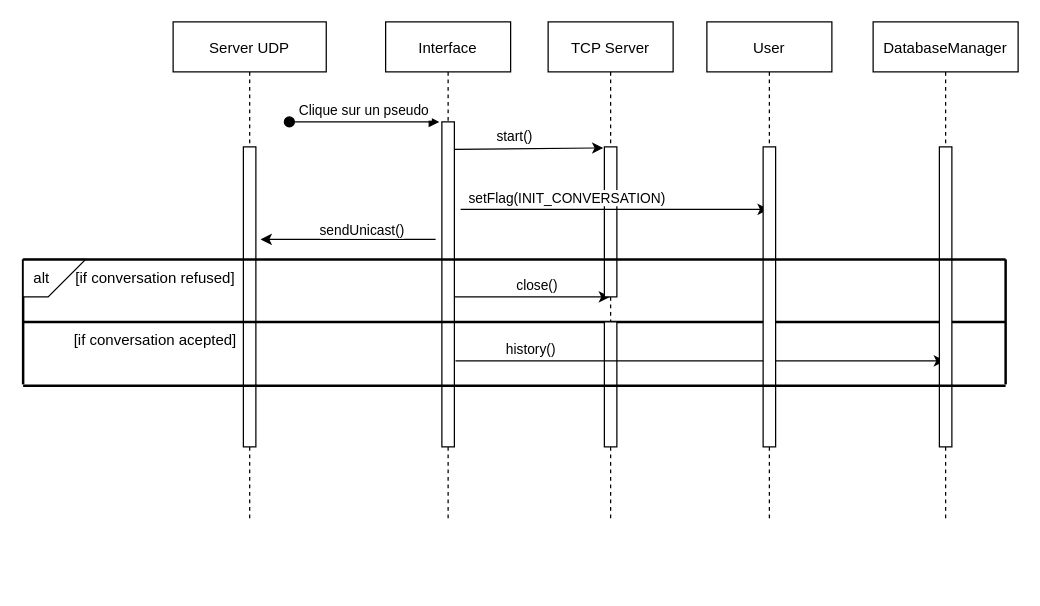
martemr/Project_chat_system keeps this draw.io diagram as ressources/Design UML/ChangePseudo_Sequence_diagram.drawio. Above is the earlier version. Source tidied: cells renumbered, new cells numbered last; positions are measured from the earlier drawing's top-left corner, leaving out a move shared by most shapes. Both pictures are drawn from the tidied source at 125%, with x=0, y=0 at pixel (22, 21).
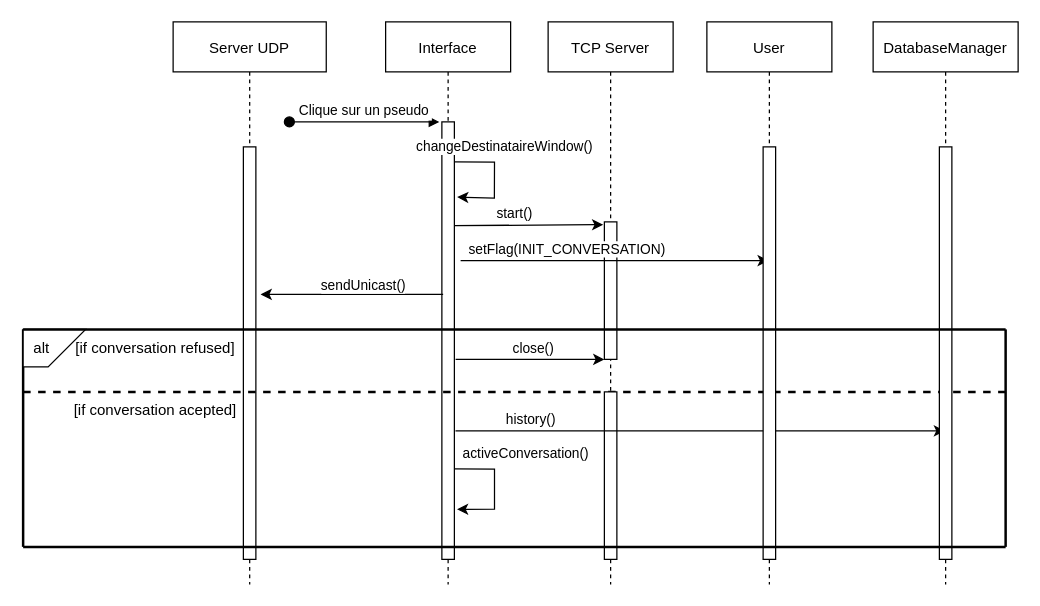
The same diagram, later.

What changed in the source:
```diff
@@
     <mxCell id="2" value="Server UDP" style="shape=umlLifeline;perimeter=lifelinePerimeter;rounded=0;shadow=0;strokeWidth=1;" parent="1" vertex="1">
-      <mxGeometry x="120" width="122.5" height="400" as="geometry" />
+      <mxGeometry x="120" width="122.5" height="450" as="geometry" />
     </mxCell>
     <mxCell id="3" style="perimeter=orthogonalPerimeter;rounded=0;shadow=0;strokeWidth=1;" parent="2" vertex="1">
-      <mxGeometry x="56.2" y="100" width="10" height="240" as="geometry" />
+      <mxGeometry x="56.2" y="100" width="10" height="330" as="geometry" />
     </mxCell>
     <mxCell id="4" value="&lt;div&gt;[if conversation acepted]&lt;br&gt;&lt;/div&gt;" style="text;html=1;strokeColor=none;fillColor=none;align=center;verticalAlign=middle;whiteSpace=wrap;rounded=0;shadow=0;fontFamily=Helvetica;fontSize=12;fontColor=default;" parent="2" vertex="1">
-      <mxGeometry x="-84" y="240" width="140" height="30" as="geometry" />
+      <mxGeometry x="-84" y="296" width="140" height="30" as="geometry" />
     </mxCell>
     <mxCell id="5" value="Interface" style="shape=umlLifeline;perimeter=lifelinePerimeter;rounded=0;shadow=0;strokeWidth=1;" parent="1" vertex="1">
-      <mxGeometry x="290" width="100" height="400" as="geometry" />
+      <mxGeometry x="290" width="100" height="450" as="geometry" />
     </mxCell>
-    <mxCell id="6" style="endArrow=classic;html=1;rounded=0;entryX=-0.086;entryY=0.007;entryDx=0;entryDy=0;entryPerimeter=0;" parent="5" edge="1" target="15">
+    <mxCell id="6" style="endArrow=classic;html=1;rounded=0;entryX=-0.086;entryY=0.007;entryDx=0;entryDy=0;entryPerimeter=0;" parent="5" edge="1">
       <mxGeometry relative="1" as="geometry">
-        <mxPoint x="55" y="102" as="sourcePoint" />
+        <mxPoint x="55" y="163" as="sourcePoint" />
+        <mxPoint x="174.1" y="162.2" as="targetPoint" />
       </mxGeometry>
     </mxCell>
@@
     <mxCell id="8" style="perimeter=orthogonalPerimeter;rounded=0;shadow=0;strokeWidth=1;" parent="5" vertex="1">
-      <mxGeometry x="45" y="80" width="10" height="260" as="geometry" />
+      <mxGeometry x="45" y="80" width="10" height="350" as="geometry" />
     </mxCell>
     <mxCell id="9" style="endArrow=classic;html=1;rounded=0;" parent="5" edge="1">
       <mxGeometry relative="1" as="geometry">
-        <mxPoint x="40" y="174" as="sourcePoint" />
-        <mxPoint x="-100" y="174" as="targetPoint" />
+        <mxPoint x="46" y="218" as="sourcePoint" />
+        <mxPoint x="-100" y="218" as="targetPoint" />
       </mxGeometry>
     </mxCell>
@@
-    <mxCell id="11" style="endArrow=classic;html=1;rounded=0;" parent="5" edge="1" target="14">
-      <mxGeometry relative="1" as="geometry">
-        <mxPoint x="55" y="220" as="sourcePoint" />
-      </mxGeometry>
-    </mxCell>
-    <mxCell id="12" value="close()" style="edgeLabel;html=1;align=center;verticalAlign=middle;" parent="11" vertex="1">
-      <mxGeometry x="0.33" relative="1" as="geometry">
-        <mxPoint x="-18" y="-10" as="offset" />
-      </mxGeometry>
-    </mxCell>
-    <mxCell id="13" style="endArrow=none;html=1;rounded=0;fontFamily=Helvetica;fontSize=12;fontColor=default;strokeWidth=2;" parent="5" edge="1">
+    <mxCell id="13" style="endArrow=none;html=1;rounded=0;fontFamily=Helvetica;fontSize=12;fontColor=default;strokeWidth=2;dashed=1;" parent="5" edge="1">
       <mxGeometry relative="1" as="geometry">
-        <mxPoint x="-290" y="240" as="sourcePoint" />
-        <mxPoint x="496" y="240" as="targetPoint" />
+        <mxPoint x="-290" y="296" as="sourcePoint" />
+        <mxPoint x="496" y="296" as="targetPoint" />
       </mxGeometry>
     </mxCell>
+    <mxCell id="32" style="endArrow=classic;html=1;rounded=0;exitX=0.893;exitY=0.064;exitDx=0;exitDy=0;exitPerimeter=0;entryX=0.817;entryY=0.009;entryDx=0;entryDy=0;entryPerimeter=0;" parent="5" edge="1">
+      <mxGeometry relative="1" as="geometry">
+        <mxPoint x="55" y="112" as="sourcePoint" />
+        <mxPoint x="57.2" y="140.2" as="targetPoint" />
+        <Array as="points">
+          <mxPoint x="87.1" y="112.2" />
+          <mxPoint x="87" y="141" />
+        </Array>
+      </mxGeometry>
+    </mxCell>
+    <mxCell id="33" value="changeDestinataireWindow()" style="edgeLabel;html=1;align=center;verticalAlign=middle;" parent="32" vertex="1">
+      <mxGeometry x="-0.46" y="2" relative="1" as="geometry">
+        <mxPoint x="15" y="-11" as="offset" />
+      </mxGeometry>
+    </mxCell>
+    <mxCell id="34" style="endArrow=classic;html=1;rounded=0;exitX=0.893;exitY=0.064;exitDx=0;exitDy=0;exitPerimeter=0;entryX=1.1;entryY=0.226;entryDx=0;entryDy=0;entryPerimeter=0;" parent="5" edge="1">
+      <mxGeometry relative="1" as="geometry">
+        <mxPoint x="55" y="357.6" as="sourcePoint" />
+        <mxPoint x="57.1" y="390" as="targetPoint" />
+        <Array as="points">
+          <mxPoint x="87.1" y="357.8" />
+          <mxPoint x="87.1" y="389.8" />
+        </Array>
+      </mxGeometry>
+    </mxCell>
+    <mxCell id="35" value="activeConversation()" style="edgeLabel;html=1;align=center;verticalAlign=middle;" parent="34" vertex="1">
+      <mxGeometry x="-0.46" y="2" relative="1" as="geometry">
+        <mxPoint x="31" y="-11" as="offset" />
+      </mxGeometry>
+    </mxCell>
     <mxCell id="14" value="TCP Server" style="shape=umlLifeline;perimeter=lifelinePerimeter;rounded=0;shadow=0;strokeWidth=1;" parent="1" vertex="1">
-      <mxGeometry x="420" width="100" height="400" as="geometry" />
+      <mxGeometry x="420" width="100" height="450" as="geometry" />
     </mxCell>
     <mxCell id="15" style="points=[];perimeter=orthogonalPerimeter;rounded=0;shadow=0;strokeWidth=1;" parent="14" vertex="1">
-      <mxGeometry x="45" y="100" width="10" height="120" as="geometry" />
+      <mxGeometry x="45" y="160" width="10" height="110" as="geometry" />
     </mxCell>
-    <mxCell id="16" style="endArrow=classic;html=1;rounded=0;" parent="14" edge="1" target="24">
+    <mxCell id="16" style="endArrow=classic;html=1;rounded=0;" parent="14" edge="1">
       <mxGeometry relative="1" as="geometry">
-        <mxPoint x="-70" y="150" as="sourcePoint" />
+        <mxPoint x="-70" y="191" as="sourcePoint" />
+        <mxPoint x="176.5" y="191" as="targetPoint" />
       </mxGeometry>
     </mxCell>
@@
     <mxCell id="18" style="perimeter=orthogonalPerimeter;rounded=0;shadow=0;strokeWidth=1;" parent="14" vertex="1">
-      <mxGeometry x="45" y="240" width="10" height="100" as="geometry" />
+      <mxGeometry x="45" y="296" width="10" height="134" as="geometry" />
     </mxCell>
-    <mxCell id="19" style="endArrow=classic;html=1;rounded=0;" parent="14" edge="1" target="21">
+    <mxCell id="19" style="endArrow=classic;html=1;rounded=0;" parent="14" edge="1">
       <mxGeometry relative="1" as="geometry">
-        <mxPoint x="-74.1" y="271.2" as="sourcePoint" />
+        <mxPoint x="-74.1" y="327.2" as="sourcePoint" />
+        <mxPoint x="317.5" y="327.2" as="targetPoint" />
       </mxGeometry>
     </mxCell>
@@
+    <mxCell id="11" style="endArrow=classic;html=1;rounded=0;" parent="14" edge="1">
+      <mxGeometry relative="1" as="geometry">
+        <mxPoint x="-74" y="270" as="sourcePoint" />
+        <mxPoint x="45" y="270" as="targetPoint" />
+      </mxGeometry>
+    </mxCell>
+    <mxCell id="12" value="close()" style="edgeLabel;html=1;align=center;verticalAlign=middle;" parent="11" vertex="1">
+      <mxGeometry x="0.33" relative="1" as="geometry">
+        <mxPoint x="-18" y="-10" as="offset" />
+      </mxGeometry>
+    </mxCell>
     <mxCell id="21" value="DatabaseManager" style="shape=umlLifeline;perimeter=lifelinePerimeter;rounded=0;shadow=0;strokeWidth=1;" parent="1" vertex="1">
-      <mxGeometry x="680" width="116" height="400" as="geometry" />
+      <mxGeometry x="680" width="116" height="450" as="geometry" />
     </mxCell>
     <mxCell id="22" style="perimeter=orthogonalPerimeter;rounded=0;shadow=0;strokeWidth=1;" parent="21" vertex="1">
-      <mxGeometry x="53" y="100" width="10" height="240" as="geometry" />
+      <mxGeometry x="53" y="100" width="10" height="330" as="geometry" />
     </mxCell>
     <mxCell id="23" style="endArrow=none;html=1;rounded=0;fontFamily=Helvetica;fontSize=12;fontColor=default;strokeWidth=2;" parent="21" edge="1">
       <mxGeometry relative="1" as="geometry">
-        <mxPoint x="106" y="290" as="sourcePoint" />
-        <mxPoint x="106" y="190" as="targetPoint" />
+        <mxPoint x="106" y="420" as="sourcePoint" />
+        <mxPoint x="106" y="246" as="targetPoint" />
       </mxGeometry>
     </mxCell>
     <mxCell id="24" value="User" style="shape=umlLifeline;perimeter=lifelinePerimeter;rounded=0;shadow=0;strokeWidth=1;" parent="1" vertex="1">
-      <mxGeometry x="547" width="100" height="400" as="geometry" />
+      <mxGeometry x="547" width="100" height="450" as="geometry" />
     </mxCell>
     <mxCell id="25" style="perimeter=orthogonalPerimeter;rounded=0;shadow=0;strokeWidth=1;" parent="24" vertex="1">
-      <mxGeometry x="45" y="100" width="10" height="240" as="geometry" />
+      <mxGeometry x="45" y="100" width="10" height="330" as="geometry" />
     </mxCell>
     <mxCell id="26" style="endArrow=none;html=1;rounded=0;fontFamily=Helvetica;fontSize=12;fontColor=default;strokeWidth=2;" parent="1" edge="1">
       <mxGeometry relative="1" as="geometry">
-        <mxPoint y="290" as="sourcePoint" />
-        <mxPoint y="190" as="targetPoint" />
+        <mxPoint y="420" as="sourcePoint" />
+        <mxPoint y="246" as="targetPoint" />
       </mxGeometry>
     </mxCell>
     <mxCell id="27" value="alt&amp;nbsp;&amp;nbsp;&amp;nbsp;&amp;nbsp;&amp;nbsp;&amp;nbsp; " style="shape=card;whiteSpace=wrap;html=1;rounded=0;shadow=0;fontFamily=Helvetica;fontSize=12;fontColor=default;strokeColor=default;strokeWidth=1;fillColor=default;gradientColor=none;flipV=1;flipH=1;" parent="1" vertex="1">
-      <mxGeometry y="190" width="50" height="30" as="geometry" />
+      <mxGeometry y="246" width="50" height="30" as="geometry" />
     </mxCell>
     <mxCell id="28" value="&lt;div&gt;[if conversation refused]&lt;br&gt;&lt;/div&gt;" style="text;html=1;strokeColor=none;fillColor=none;align=center;verticalAlign=middle;whiteSpace=wrap;rounded=0;shadow=0;fontFamily=Helvetica;fontSize=12;fontColor=default;" parent="1" vertex="1">
-      <mxGeometry x="36" y="190" width="140" height="30" as="geometry" />
+      <mxGeometry x="36" y="246" width="140" height="30" as="geometry" />
     </mxCell>
@@
     <mxCell id="30" style="endArrow=none;html=1;rounded=0;fontFamily=Helvetica;fontSize=12;fontColor=default;strokeWidth=2;" parent="1" edge="1">
       <mxGeometry relative="1" as="geometry">
-        <mxPoint y="190" as="sourcePoint" />
-        <mxPoint x="786" y="190" as="targetPoint" />
+        <mxPoint y="246" as="sourcePoint" />
+        <mxPoint x="786" y="246" as="targetPoint" />
       </mxGeometry>
     </mxCell>
     <mxCell id="31" style="endArrow=none;html=1;rounded=0;fontFamily=Helvetica;fontSize=12;fontColor=default;strokeWidth=2;" parent="1" edge="1">
       <mxGeometry relative="1" as="geometry">
-        <mxPoint y="291" as="sourcePoint" />
-        <mxPoint x="786" y="291" as="targetPoint" />
+        <mxPoint y="420" as="sourcePoint" />
+        <mxPoint x="786" y="420" as="targetPoint" />
       </mxGeometry>
     </mxCell>
```
